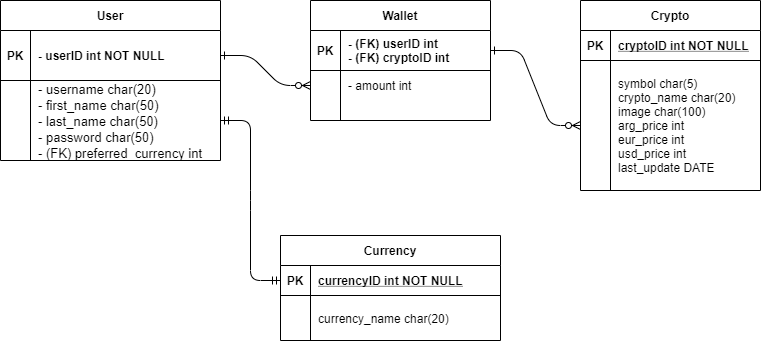
Earlier version of the draw.io export EER diagram.png (osmancadc/cryptocurrency). Source tidied: cells renumbered, new cells last; positions are measured from the earlier drawing's top-left corner, leaving out a move shared by most shapes. The source it was exported from:
```xml
<mxGraphModel>
  <root>
    <mxCell id="0" />
    <mxCell id="1" parent="0" />
    <mxCell id="2" style="edgeStyle=entityRelationEdgeStyle;endArrow=ERzeroToMany;startArrow=ERone;endFill=1;startFill=0;" parent="1" edge="1" source="5" target="30">
      <mxGeometry relative="1" as="geometry" />
    </mxCell>
    <mxCell id="3" style="edgeStyle=entityRelationEdgeStyle;endArrow=ERzeroToMany;startArrow=ERone;endFill=1;startFill=0;" parent="1" edge="1" source="27" target="15">
      <mxGeometry relative="1" as="geometry" />
    </mxCell>
    <mxCell id="4" value="User" style="shape=table;startSize=30;rowLines=0;fontStyle=1;align=center;columnLines=1;" parent="1" vertex="1">
      <mxGeometry width="220" height="160" as="geometry" />
    </mxCell>
    <mxCell id="5" style="shape=partialRectangle;fillColor=none;points=[[0,0.5],[1,0.5]];portConstraint=eastwest;top=0;left=0;right=0;bottom=1;" parent="4" vertex="1">
      <mxGeometry y="30" width="220" height="50" as="geometry" />
    </mxCell>
    <mxCell id="6" value="PK" style="shape=partialRectangle;overflow=hidden;fillColor=none;top=0;left=0;bottom=0;right=0;fontStyle=1;" parent="5" vertex="1">
      <mxGeometry width="30" height="50" as="geometry" />
    </mxCell>
    <mxCell id="7" value="- userID int NOT NULL " style="shape=partialRectangle;overflow=hidden;fillColor=none;top=0;left=0;bottom=0;right=0;align=left;spacingLeft=6;fontStyle=1;" parent="5" vertex="1">
      <mxGeometry x="30" width="190" height="50" as="geometry" />
    </mxCell>
    <mxCell id="8" style="shape=partialRectangle;fillColor=none;points=[[0,0.5],[1,0.5]];portConstraint=eastwest;top=0;left=0;right=0;bottom=0;" parent="4" vertex="1">
      <mxGeometry y="80" width="220" height="80" as="geometry" />
    </mxCell>
    <mxCell id="9" style="shape=partialRectangle;overflow=hidden;fillColor=none;top=0;left=0;bottom=0;right=0;" parent="8" vertex="1">
      <mxGeometry width="30" height="80" as="geometry" />
    </mxCell>
    <mxCell id="10" value="- username char(20) &#10;- first_name char(50)&#10;- last_name char(50) &#10;- password char(50) &#10;- (FK) preferred_currency int" style="shape=partialRectangle;overflow=hidden;fillColor=none;top=0;left=0;bottom=0;right=0;align=left;spacingLeft=6;fontStyle=0;verticalAlign=middle;fontSize=13;" parent="8" vertex="1">
      <mxGeometry x="30" width="190" height="80" as="geometry" />
    </mxCell>
    <mxCell id="11" value="Crypto" style="shape=table;startSize=30;rowLines=0;fontStyle=1;align=center;" parent="1" vertex="1">
      <mxGeometry x="580" width="180" height="190" as="geometry" />
    </mxCell>
    <mxCell id="12" style="shape=partialRectangle;fillColor=none;top=0;left=0;right=0;bottom=1;" parent="11" vertex="1">
      <mxGeometry y="30" width="180" height="30" as="geometry" />
    </mxCell>
    <mxCell id="13" value="PK" style="shape=partialRectangle;overflow=hidden;fillColor=none;top=0;left=0;bottom=0;right=0;fontStyle=1;" parent="12" vertex="1">
      <mxGeometry width="30" height="30" as="geometry" />
    </mxCell>
    <mxCell id="14" value="cryptoID int NOT NULL " style="shape=partialRectangle;overflow=hidden;fillColor=none;top=0;left=0;bottom=0;right=0;align=left;spacingLeft=6;fontStyle=5;" parent="12" vertex="1">
      <mxGeometry x="30" width="150" height="30" as="geometry" />
    </mxCell>
    <mxCell id="15" style="shape=partialRectangle;fillColor=none;points=[[0,0.5],[1,0.5]];portConstraint=eastwest;top=0;left=0;right=0;bottom=0;" parent="11" vertex="1">
      <mxGeometry y="60" width="180" height="130" as="geometry" />
    </mxCell>
    <mxCell id="16" style="shape=partialRectangle;overflow=hidden;fillColor=none;top=0;left=0;bottom=0;right=0;" parent="15" vertex="1">
      <mxGeometry width="30" height="130" as="geometry" />
    </mxCell>
    <mxCell id="17" value="symbol char(5)&#10;crypto_name char(20)&#10;image char(100)&#10;arg_price int&#10;eur_price int&#10;usd_price int&#10;last_update DATE" style="shape=partialRectangle;overflow=hidden;fillColor=none;top=0;left=0;bottom=0;right=0;align=left;spacingLeft=6;" parent="15" vertex="1">
      <mxGeometry x="30" width="150" height="130" as="geometry" />
    </mxCell>
    <mxCell id="18" style="edgeStyle=entityRelationEdgeStyle;fontSize=12;html=1;endArrow=ERmandOne;startArrow=ERmandOne;entryX=0;entryY=0.5;entryDx=0;entryDy=0;" parent="1" edge="1" source="8" target="20">
      <mxGeometry relative="1" as="geometry" />
    </mxCell>
    <mxCell id="19" value="Currency" style="shape=table;startSize=30;rowLines=0;fontStyle=1;align=center;" parent="1" vertex="1">
      <mxGeometry x="280" y="235" width="220" height="105" as="geometry" />
    </mxCell>
    <mxCell id="20" style="shape=partialRectangle;fillColor=none;points=[[0,0.5],[1,0.5]];portConstraint=eastwest;top=0;left=0;right=0;bottom=1;" parent="19" vertex="1">
      <mxGeometry y="30" width="220" height="30" as="geometry" />
    </mxCell>
    <mxCell id="21" value="PK" style="shape=partialRectangle;overflow=hidden;fillColor=none;top=0;left=0;bottom=0;right=0;fontStyle=1;" parent="20" vertex="1">
      <mxGeometry width="30" height="30" as="geometry" />
    </mxCell>
    <mxCell id="22" value="currencyID int NOT NULL " style="shape=partialRectangle;overflow=hidden;fillColor=none;top=0;left=0;bottom=0;right=0;align=left;spacingLeft=6;fontStyle=5;" parent="20" vertex="1">
      <mxGeometry x="30" width="190" height="30" as="geometry" />
    </mxCell>
    <mxCell id="23" style="shape=partialRectangle;fillColor=none;top=0;left=0;right=0;bottom=0;" parent="19" vertex="1">
      <mxGeometry y="60" width="220" height="45" as="geometry" />
    </mxCell>
    <mxCell id="24" style="shape=partialRectangle;overflow=hidden;fillColor=none;top=0;left=0;bottom=0;right=0;" parent="23" vertex="1">
      <mxGeometry width="30" height="45" as="geometry" />
    </mxCell>
    <mxCell id="25" value="currency_name char(20)" style="shape=partialRectangle;overflow=hidden;fillColor=none;top=0;left=0;bottom=0;right=0;align=left;spacingLeft=6;" parent="23" vertex="1">
      <mxGeometry x="30" width="190" height="45" as="geometry" />
    </mxCell>
    <mxCell id="26" value="Wallet" style="shape=table;startSize=30;rowLines=0;fontStyle=1;align=center;" parent="1" vertex="1">
      <mxGeometry x="310" width="180" height="120" as="geometry" />
    </mxCell>
    <mxCell id="27" style="shape=partialRectangle;fillColor=none;points=[[0,0.5],[1,0.5]];portConstraint=eastwest;top=0;left=0;right=0;bottom=1;" parent="26" vertex="1">
      <mxGeometry y="30" width="180" height="40" as="geometry" />
    </mxCell>
    <mxCell id="28" value="PK" style="shape=partialRectangle;overflow=hidden;fillColor=none;top=0;left=0;bottom=0;right=0;fontStyle=1;" parent="27" vertex="1">
      <mxGeometry width="30" height="40" as="geometry" />
    </mxCell>
    <mxCell id="29" value="- (FK) userID int &#10;- (FK) cryptoID int" style="shape=partialRectangle;overflow=hidden;fillColor=none;top=0;left=0;bottom=0;right=0;align=left;spacingLeft=6;fontStyle=1;" parent="27" vertex="1">
      <mxGeometry x="30" width="150" height="40" as="geometry" />
    </mxCell>
    <mxCell id="30" style="shape=partialRectangle;fillColor=none;points=[[0,0.5],[1,0.5]];portConstraint=eastwest;top=0;left=0;right=0;bottom=0;" parent="26" vertex="1">
      <mxGeometry y="70" width="180" height="30" as="geometry" />
    </mxCell>
    <mxCell id="31" style="shape=partialRectangle;overflow=hidden;fillColor=none;top=0;left=0;bottom=0;right=0;" parent="30" vertex="1">
      <mxGeometry width="30" height="30" as="geometry" />
    </mxCell>
    <mxCell id="32" value="- amount int" style="shape=partialRectangle;overflow=hidden;fillColor=none;top=0;left=0;bottom=0;right=0;align=left;spacingLeft=6;" parent="30" vertex="1">
      <mxGeometry x="30" width="150" height="30" as="geometry" />
    </mxCell>
    <mxCell id="33" style="shape=partialRectangle;fillColor=none;top=0;left=0;right=0;bottom=0;" parent="26" vertex="1">
      <mxGeometry y="100" width="180" height="20" as="geometry" />
    </mxCell>
    <mxCell id="34" style="shape=partialRectangle;overflow=hidden;fillColor=none;top=0;left=0;bottom=0;right=0;" parent="33" vertex="1">
      <mxGeometry width="30" height="20" as="geometry" />
    </mxCell>
    <mxCell id="35" style="shape=partialRectangle;overflow=hidden;fillColor=none;top=0;left=0;bottom=0;right=0;align=left;spacingLeft=6;" parent="33" vertex="1">
      <mxGeometry x="30" width="150" height="20" as="geometry" />
    </mxCell>
  </root>
</mxGraphModel>
```
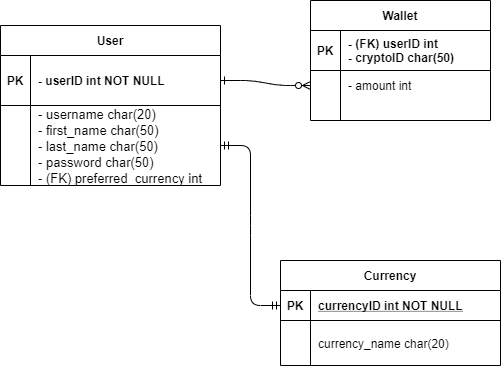
The same diagram one commit later.

What changed in the source:
```diff
@@ -5,9 +5,6 @@
     <mxCell id="2" style="edgeStyle=entityRelationEdgeStyle;endArrow=ERzeroToMany;startArrow=ERone;endFill=1;startFill=0;" parent="1" edge="1" source="5" target="30">
       <mxGeometry relative="1" as="geometry" />
     </mxCell>
-    <mxCell id="3" style="edgeStyle=entityRelationEdgeStyle;endArrow=ERzeroToMany;startArrow=ERone;endFill=1;startFill=0;" parent="1" edge="1" source="27" target="15">
-      <mxGeometry relative="1" as="geometry" />
-    </mxCell>
     <mxCell id="4" value="User" style="shape=table;startSize=30;rowLines=0;fontStyle=1;align=center;columnLines=1;" parent="1" vertex="1">
       <mxGeometry width="220" height="160" as="geometry" />
     </mxCell>
@@ -29,27 +26,6 @@
     <mxCell id="10" value="- username char(20) &#10;- first_name char(50)&#10;- last_name char(50) &#10;- password char(50) &#10;- (FK) preferred_currency int" style="shape=partialRectangle;overflow=hidden;fillColor=none;top=0;left=0;bottom=0;right=0;align=left;spacingLeft=6;fontStyle=0;verticalAlign=middle;fontSize=13;" parent="8" vertex="1">
       <mxGeometry x="30" width="190" height="80" as="geometry" />
     </mxCell>
-    <mxCell id="11" value="Crypto" style="shape=table;startSize=30;rowLines=0;fontStyle=1;align=center;" parent="1" vertex="1">
-      <mxGeometry x="580" width="180" height="190" as="geometry" />
-    </mxCell>
-    <mxCell id="12" style="shape=partialRectangle;fillColor=none;top=0;left=0;right=0;bottom=1;" parent="11" vertex="1">
-      <mxGeometry y="30" width="180" height="30" as="geometry" />
-    </mxCell>
-    <mxCell id="13" value="PK" style="shape=partialRectangle;overflow=hidden;fillColor=none;top=0;left=0;bottom=0;right=0;fontStyle=1;" parent="12" vertex="1">
-      <mxGeometry width="30" height="30" as="geometry" />
-    </mxCell>
-    <mxCell id="14" value="cryptoID int NOT NULL " style="shape=partialRectangle;overflow=hidden;fillColor=none;top=0;left=0;bottom=0;right=0;align=left;spacingLeft=6;fontStyle=5;" parent="12" vertex="1">
-      <mxGeometry x="30" width="150" height="30" as="geometry" />
-    </mxCell>
-    <mxCell id="15" style="shape=partialRectangle;fillColor=none;points=[[0,0.5],[1,0.5]];portConstraint=eastwest;top=0;left=0;right=0;bottom=0;" parent="11" vertex="1">
-      <mxGeometry y="60" width="180" height="130" as="geometry" />
-    </mxCell>
-    <mxCell id="16" style="shape=partialRectangle;overflow=hidden;fillColor=none;top=0;left=0;bottom=0;right=0;" parent="15" vertex="1">
-      <mxGeometry width="30" height="130" as="geometry" />
-    </mxCell>
-    <mxCell id="17" value="symbol char(5)&#10;crypto_name char(20)&#10;image char(100)&#10;arg_price int&#10;eur_price int&#10;usd_price int&#10;last_update DATE" style="shape=partialRectangle;overflow=hidden;fillColor=none;top=0;left=0;bottom=0;right=0;align=left;spacingLeft=6;" parent="15" vertex="1">
-      <mxGeometry x="30" width="150" height="130" as="geometry" />
-    </mxCell>
     <mxCell id="18" style="edgeStyle=entityRelationEdgeStyle;fontSize=12;html=1;endArrow=ERmandOne;startArrow=ERmandOne;entryX=0;entryY=0.5;entryDx=0;entryDy=0;" parent="1" edge="1" source="8" target="20">
       <mxGeometry relative="1" as="geometry" />
     </mxCell>
@@ -75,7 +51,7 @@
       <mxGeometry x="30" width="190" height="45" as="geometry" />
     </mxCell>
     <mxCell id="26" value="Wallet" style="shape=table;startSize=30;rowLines=0;fontStyle=1;align=center;" parent="1" vertex="1">
-      <mxGeometry x="310" width="180" height="120" as="geometry" />
+      <mxGeometry x="310" y="-25" width="180" height="120" as="geometry" />
     </mxCell>
     <mxCell id="27" style="shape=partialRectangle;fillColor=none;points=[[0,0.5],[1,0.5]];portConstraint=eastwest;top=0;left=0;right=0;bottom=1;" parent="26" vertex="1">
       <mxGeometry y="30" width="180" height="40" as="geometry" />
@@ -83,7 +59,7 @@
     <mxCell id="28" value="PK" style="shape=partialRectangle;overflow=hidden;fillColor=none;top=0;left=0;bottom=0;right=0;fontStyle=1;" parent="27" vertex="1">
       <mxGeometry width="30" height="40" as="geometry" />
     </mxCell>
-    <mxCell id="29" value="- (FK) userID int &#10;- (FK) cryptoID int" style="shape=partialRectangle;overflow=hidden;fillColor=none;top=0;left=0;bottom=0;right=0;align=left;spacingLeft=6;fontStyle=1;" parent="27" vertex="1">
+    <mxCell id="29" value="- (FK) userID int &#10;- cryptoID char(50)" style="shape=partialRectangle;overflow=hidden;fillColor=none;top=0;left=0;bottom=0;right=0;align=left;spacingLeft=6;fontStyle=1;" parent="27" vertex="1">
       <mxGeometry x="30" width="150" height="40" as="geometry" />
     </mxCell>
     <mxCell id="30" style="shape=partialRectangle;fillColor=none;points=[[0,0.5],[1,0.5]];portConstraint=eastwest;top=0;left=0;right=0;bottom=0;" parent="26" vertex="1">
```
